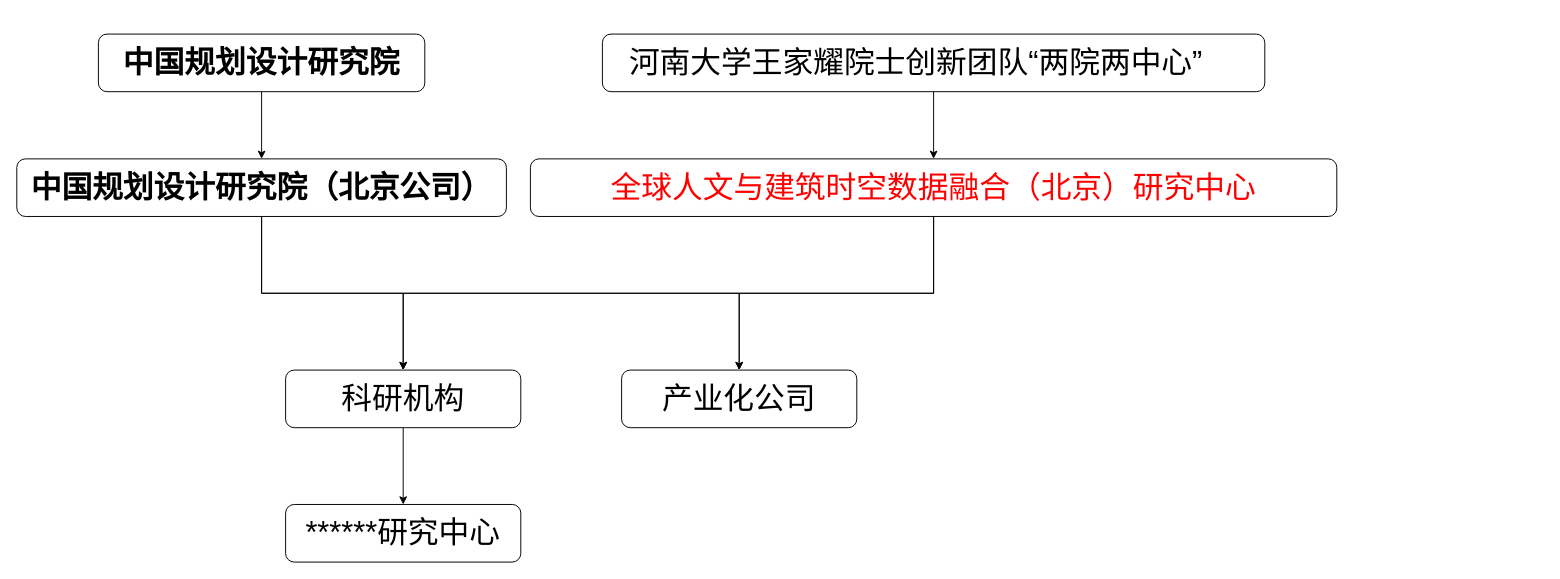
Earlier version of the draw.io diagram 团队组织架构.drawio (gaochaowyq/MinderGraph). Source tidied: cells renumbered, new cells numbered last; positions are measured from the earlier drawing's top-left corner, leaving out a move shared by most shapes. Both pictures are drawn from the tidied source at 96%, with x=0, y=0 at pixel (16, 34).
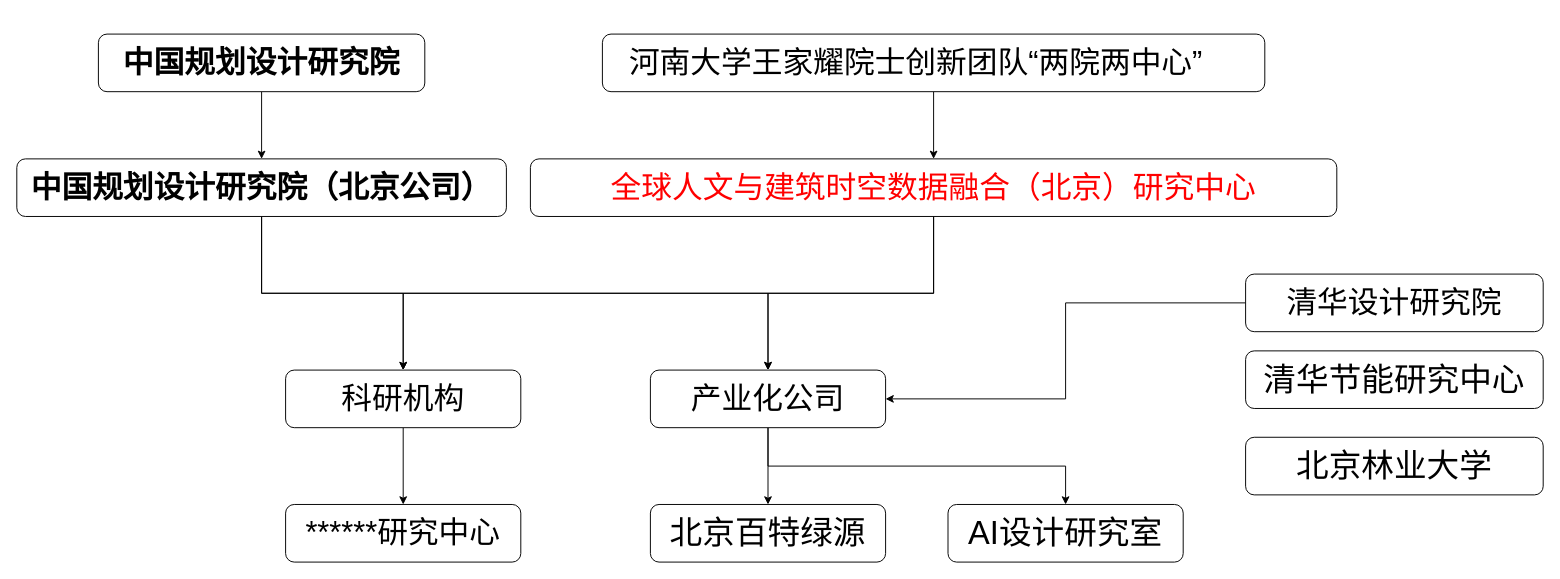
After the change.

Commit message (it also covers changes not shown here):
更新团队组织架构.drawio

Change to the diagram source:
```diff
@@
+    <mxCell id="16" style="edgeStyle=orthogonalEdgeStyle;rounded=0;jettySize=auto;html=1;" parent="1" edge="1" source="14" target="18">
+      <mxGeometry relative="1" as="geometry" />
+    </mxCell>
+    <mxCell id="17" style="edgeStyle=orthogonalEdgeStyle;rounded=0;jettySize=auto;html=1;exitX=0.5;exitY=1;exitDx=0;exitDy=0;" parent="1" edge="1" source="14" target="19">
+      <mxGeometry relative="1" as="geometry" />
+    </mxCell>
     <mxCell id="14" value="&lt;font style=&quot;font-size: 32px;&quot;&gt;产业化公司&lt;/font&gt;" style="rounded=1;whiteSpace=wrap;html=1;" parent="1" vertex="1">
-      <mxGeometry x="630" y="350" width="245" height="60" as="geometry" />
+      <mxGeometry x="660" y="350" width="245" height="60" as="geometry" />
     </mxCell>
@@
+    <mxCell id="18" value="&lt;font style=&quot;font-size: 34px;&quot;&gt;北京百特绿源&lt;/font&gt;" style="rounded=1;whiteSpace=wrap;html=1;" parent="1" vertex="1">
+      <mxGeometry x="660" y="490" width="245" height="60" as="geometry" />
+    </mxCell>
+    <mxCell id="19" value="&lt;font style=&quot;font-size: 34px;&quot;&gt;AI设计研究室&lt;/font&gt;" style="rounded=1;whiteSpace=wrap;html=1;" parent="1" vertex="1">
+      <mxGeometry x="970" y="490" width="245" height="60" as="geometry" />
+    </mxCell>
+    <mxCell id="20" style="edgeStyle=orthogonalEdgeStyle;rounded=0;jettySize=auto;html=1;entryX=1;entryY=0.5;entryDx=0;entryDy=0;" parent="1" edge="1" source="21" target="14">
+      <mxGeometry relative="1" as="geometry" />
+    </mxCell>
+    <mxCell id="21" value="&lt;font style=&quot;font-size: 32px;&quot;&gt;清华设计研究院&lt;/font&gt;" style="rounded=1;whiteSpace=wrap;html=1;" parent="1" vertex="1">
+      <mxGeometry x="1280" y="250" width="310" height="60" as="geometry" />
+    </mxCell>
+    <mxCell id="22" value="&lt;font style=&quot;font-size: 34px;&quot;&gt;清华节能研究中心&lt;/font&gt;" style="rounded=1;whiteSpace=wrap;html=1;" parent="1" vertex="1">
+      <mxGeometry x="1280" y="330" width="310" height="60" as="geometry" />
+    </mxCell>
+    <mxCell id="23" value="&lt;font style=&quot;font-size: 34px;&quot;&gt;北京林业大学&lt;/font&gt;" style="rounded=1;whiteSpace=wrap;html=1;" parent="1" vertex="1">
+      <mxGeometry x="1280" y="420" width="310" height="60" as="geometry" />
+    </mxCell>
```
